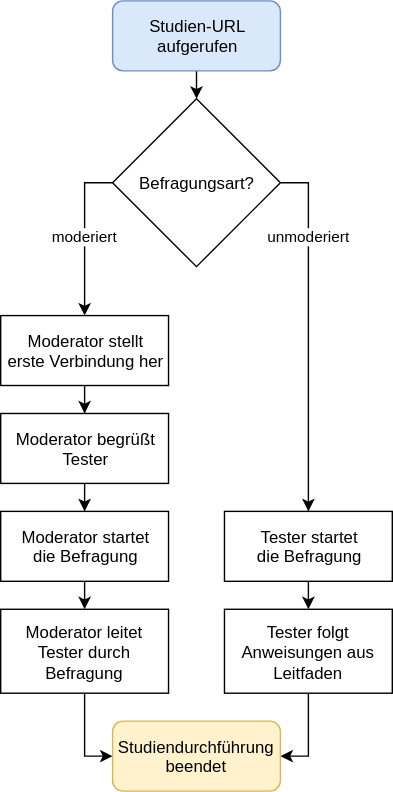
Before: img/de/introduction/study-preview/execution.svg, a diagram exported from draw.io (danielkuenkel/gesturenote). Source tidied: cells renumbered, new cells last; positions are measured from the earlier drawing's top-left corner, leaving out a move shared by most shapes.
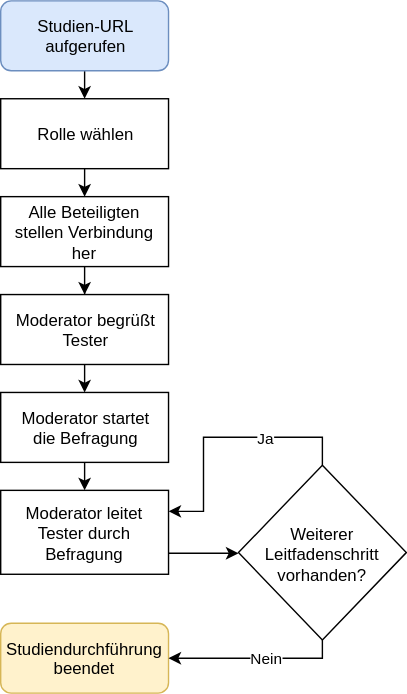
After the change.

The edit, as a diff of the source:
```diff
@@ -2,30 +2,14 @@
   <root>
     <mxCell id="0" />
     <mxCell id="1" parent="0" />
-    <mxCell id="2" style="edgeStyle=orthogonalEdgeStyle;rounded=0;comic=0;html=1;exitX=0.5;exitY=1;entryX=0.5;entryY=0;shadow=0;jettySize=auto;" parent="1" edge="1" source="3" target="6">
-      <mxGeometry relative="1" as="geometry" />
+    <mxCell id="2" style="edgeStyle=orthogonalEdgeStyle;rounded=0;comic=0;html=1;exitX=0.5;exitY=1;entryX=0.5;entryY=0;shadow=0;jettySize=auto;" parent="1" edge="1" source="3">
+      <mxGeometry relative="1" as="geometry">
+        <mxPoint x="60" y="155" as="targetPoint" />
+      </mxGeometry>
     </mxCell>
     <mxCell id="3" value="Studien-URL&lt;div&gt;aufgerufen&lt;/div&gt;" style="rounded=1;whiteSpace=wrap;html=1;fillColor=#dae8fc;strokeColor=#6c8ebf;" parent="1" vertex="1">
-      <mxGeometry x="80" width="120" height="50" as="geometry" />
+      <mxGeometry y="85" width="120" height="50" as="geometry" />
     </mxCell>
-    <mxCell id="4" value="moderiert" style="edgeStyle=orthogonalEdgeStyle;rounded=0;comic=0;html=1;exitX=0;exitY=0.5;entryX=0.5;entryY=0;shadow=0;jettySize=auto;" parent="1" edge="1" source="6" target="12">
-      <mxGeometry relative="1" as="geometry" />
-    </mxCell>
-    <mxCell id="5" value="unmoderiert" style="edgeStyle=orthogonalEdgeStyle;rounded=0;comic=0;html=1;exitX=1;exitY=0.5;shadow=0;jettySize=auto;orthogonalLoop=1;" parent="1" edge="1">
-      <mxGeometry x="-0.55" relative="1" as="geometry">
-        <mxPoint x="200" y="130" as="sourcePoint" />
-        <mxPoint x="220" y="365" as="targetPoint" />
-      </mxGeometry>
-    </mxCell>
-    <mxCell id="6" value="Befragungsart?" style="rhombus;whiteSpace=wrap;html=1;" parent="1" vertex="1">
-      <mxGeometry x="80" y="70" width="120" height="120" as="geometry" />
-    </mxCell>
-    <mxCell id="7" style="edgeStyle=orthogonalEdgeStyle;rounded=0;comic=0;html=1;exitX=0.5;exitY=1;entryX=0.5;entryY=0;shadow=0;jettySize=auto;" parent="1" edge="1" source="8" target="16">
-      <mxGeometry relative="1" as="geometry" />
-    </mxCell>
-    <mxCell id="8" value="Tester startet&lt;div&gt;die Befragung&lt;/div&gt;" style="rounded=0;whiteSpace=wrap;html=1;" parent="1" vertex="1">
-      <mxGeometry x="160" y="365" width="120" height="50" as="geometry" />
-    </mxCell>
     <mxCell id="9" style="edgeStyle=orthogonalEdgeStyle;rounded=0;comic=0;html=1;exitX=0.5;exitY=1;entryX=0.5;entryY=0;shadow=0;jettySize=auto;" parent="1" edge="1" source="10" target="18">
       <mxGeometry relative="1" as="geometry" />
     </mxCell>
@@ -35,7 +19,7 @@
     <mxCell id="11" style="edgeStyle=orthogonalEdgeStyle;rounded=0;comic=0;html=1;entryX=0.5;entryY=0;shadow=0;jettySize=auto;" parent="1" edge="1" source="12" target="14">
       <mxGeometry relative="1" as="geometry" />
     </mxCell>
-    <mxCell id="12" value="Moderator stellt&lt;div&gt;erste Verbindung her&lt;/div&gt;" style="rounded=0;whiteSpace=wrap;html=1;" parent="1" vertex="1">
+    <mxCell id="12" value="Alle Beteiligten stellen Verbindung her" style="rounded=0;whiteSpace=wrap;html=1;" parent="1" vertex="1">
       <mxGeometry y="225" width="120" height="50" as="geometry" />
     </mxCell>
     <mxCell id="13" style="edgeStyle=orthogonalEdgeStyle;rounded=0;comic=0;html=1;exitX=0.5;exitY=1;entryX=0.5;entryY=0;shadow=0;jettySize=auto;" parent="1" edge="1" source="14" target="10">
@@ -44,20 +28,33 @@
     <mxCell id="14" value="Moderator begrüßt&lt;div&gt;Tester&lt;/div&gt;" style="rounded=0;whiteSpace=wrap;html=1;" parent="1" vertex="1">
       <mxGeometry y="295" width="120" height="50" as="geometry" />
     </mxCell>
-    <mxCell id="15" style="edgeStyle=orthogonalEdgeStyle;rounded=0;comic=0;html=1;exitX=0.5;exitY=1;entryX=1;entryY=0.5;shadow=0;jettySize=auto;" parent="1" edge="1" source="16" target="19">
-      <mxGeometry relative="1" as="geometry" />
-    </mxCell>
-    <mxCell id="16" value="Tester folgt Anweisungen aus Leitfaden" style="rounded=0;whiteSpace=wrap;html=1;" parent="1" vertex="1">
-      <mxGeometry x="160" y="435" width="120" height="60" as="geometry" />
-    </mxCell>
-    <mxCell id="17" style="edgeStyle=orthogonalEdgeStyle;rounded=0;comic=0;html=1;exitX=0.5;exitY=1;entryX=0;entryY=0.5;shadow=0;jettySize=auto;" parent="1" edge="1" source="18" target="19">
-      <mxGeometry relative="1" as="geometry" />
-    </mxCell>
+    <mxCell id="20" style="edgeStyle=orthogonalEdgeStyle;rounded=0;html=1;exitX=1;exitY=0.75;entryX=0;entryY=0.5;jettySize=auto;" parent="1" edge="1" source="18" target="25">
+      <mxGeometry relative="1" as="geometry" />
+    </mxCell>
     <mxCell id="18" value="Moderator leitet Tester durch Befragung" style="rounded=0;whiteSpace=wrap;html=1;" parent="1" vertex="1">
       <mxGeometry y="435" width="120" height="60" as="geometry" />
     </mxCell>
     <mxCell id="19" value="Studiendurchführung beendet" style="rounded=1;whiteSpace=wrap;html=1;fillColor=#fff2cc;strokeColor=#d6b656;" parent="1" vertex="1">
-      <mxGeometry x="80" y="515" width="120" height="50" as="geometry" />
+      <mxGeometry y="530" width="120" height="50" as="geometry" />
     </mxCell>
+    <mxCell id="21" style="edgeStyle=orthogonalEdgeStyle;rounded=0;html=1;exitX=0.5;exitY=1;entryX=0.5;entryY=0;jettySize=auto;" parent="1" edge="1" source="22" target="12">
+      <mxGeometry relative="1" as="geometry" />
+    </mxCell>
+    <mxCell id="22" value="Rolle wählen&lt;br&gt;" style="rounded=0;whiteSpace=wrap;html=1;" parent="1" vertex="1">
+      <mxGeometry y="155" width="120" height="50" as="geometry" />
+    </mxCell>
+    <mxCell id="23" value="Ja" style="edgeStyle=orthogonalEdgeStyle;rounded=0;html=1;exitX=0.5;exitY=0;entryX=1;entryY=0.25;jettySize=auto;" parent="1" edge="1" source="25" target="18">
+      <mxGeometry x="-0.34" relative="1" as="geometry" />
+    </mxCell>
+    <mxCell id="24" value="Nein" style="edgeStyle=orthogonalEdgeStyle;rounded=0;html=1;exitX=0.5;exitY=1;entryX=1;entryY=0.5;jettySize=auto;" parent="1" edge="1" source="25" target="19">
+      <mxGeometry x="-0.14" relative="1" as="geometry">
+        <Array as="points">
+          <mxPoint x="230" y="555" />
+        </Array>
+      </mxGeometry>
+    </mxCell>
+    <mxCell id="25" value="Weiterer Leitfadenschritt vorhanden?" style="rhombus;whiteSpace=wrap;html=1;" parent="1" vertex="1">
+      <mxGeometry x="170" y="417" width="120" height="125" as="geometry" />
+    </mxCell>
   </root>
 </mxGraphModel>
```
